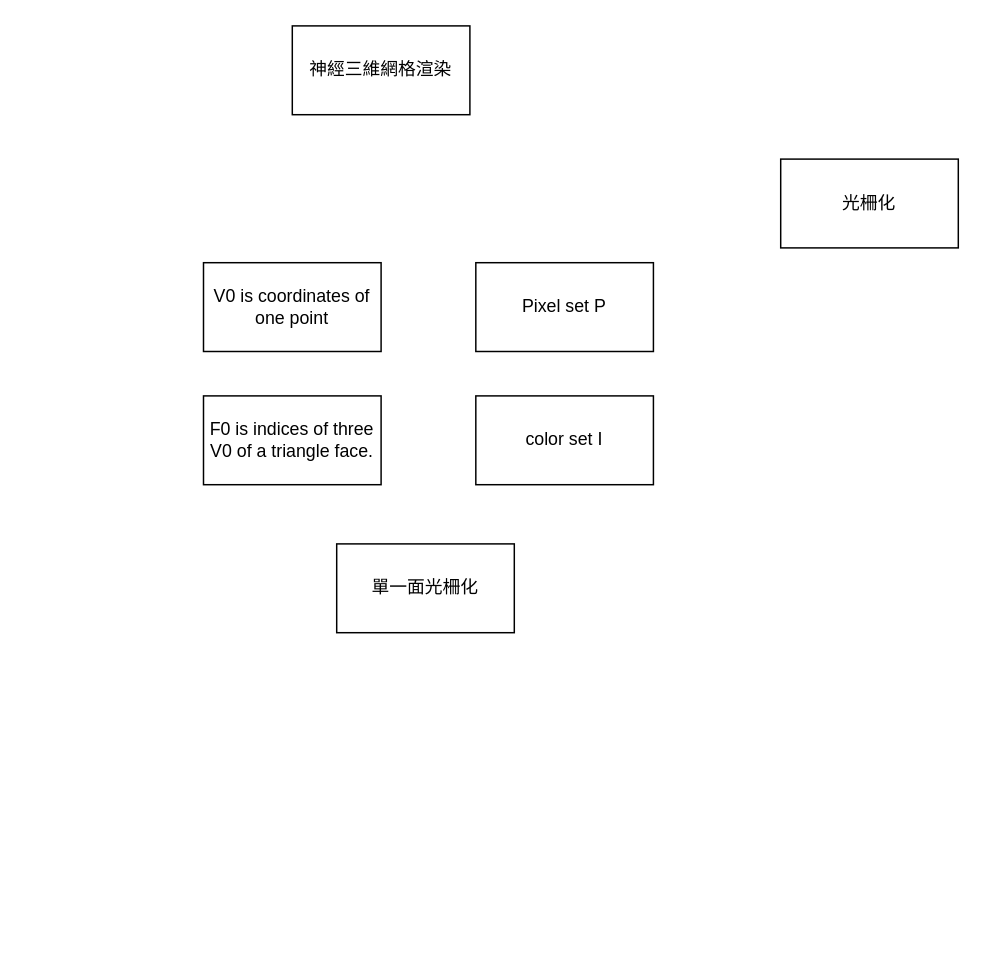
GPL1024/BigNews keeps this draw.io diagram as 3DNR.drawio. Above is the earlier version. Source tidied: cells renumbered, new cells numbered last; positions are measured from the earlier drawing's top-left corner, leaving out a move shared by most shapes. Both pictures are drawn from the tidied source at 148%, with x=0, y=0 at pixel (203, 25).
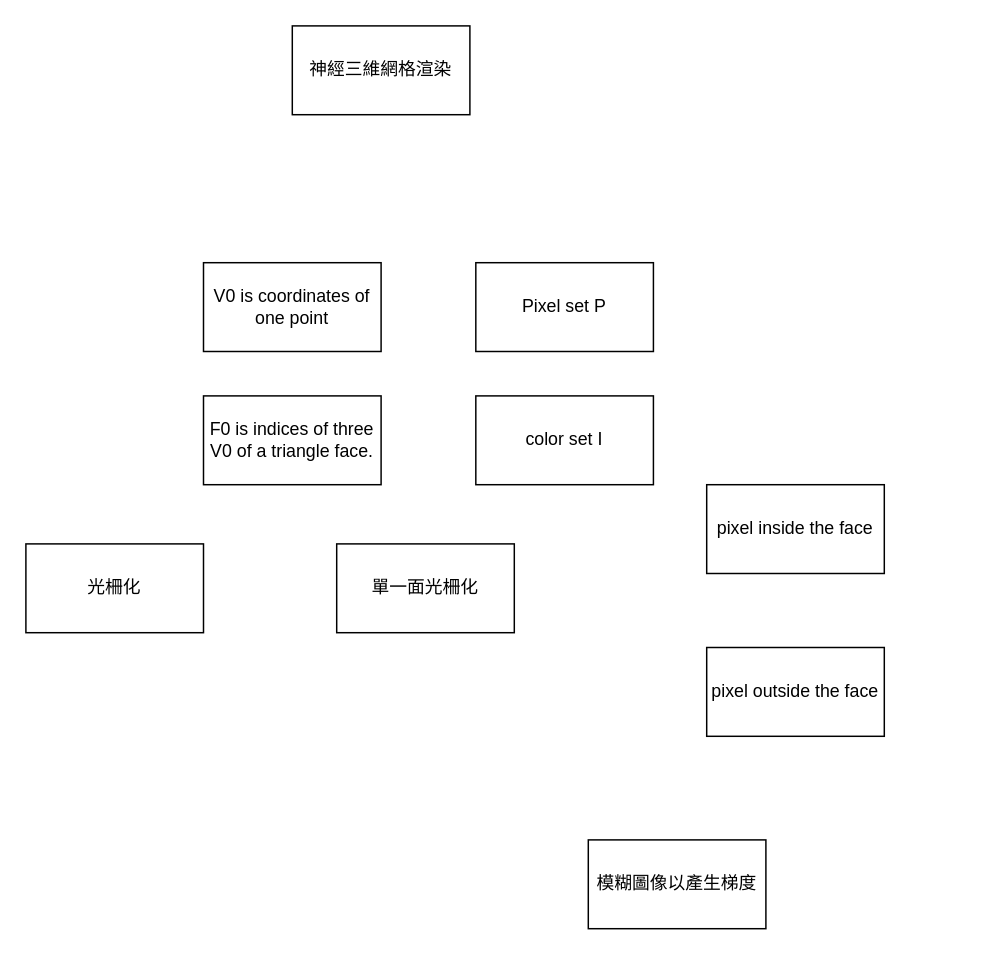
Above is the later version.

The edit, as a diff of the source:
```diff
@@
 <mxGraphModel>
   <root>
     <mxCell id="0" />
     <mxCell id="1" parent="0" />
     <mxCell id="2" value="光柵化" style="rounded=0;whiteSpace=wrap;html=1;" parent="1" vertex="1">
-      <mxGeometry x="390" y="90" width="120" height="60" as="geometry" />
+      <mxGeometry x="-120" y="350" width="120" height="60" as="geometry" />
     </mxCell>
     <mxCell id="3" value="神經三維網格渲染" style="rounded=0;whiteSpace=wrap;html=1;" parent="1" vertex="1">
       <mxGeometry x="60" width="120" height="60" as="geometry" />
     </mxCell>
     <mxCell id="4" value="V0 is coordinates of one point" style="rounded=0;whiteSpace=wrap;html=1;" parent="1" vertex="1">
       <mxGeometry y="160" width="120" height="60" as="geometry" />
     </mxCell>
     <mxCell id="5" value="F0 is indices of three V0 of a triangle face." style="rounded=0;whiteSpace=wrap;html=1;" parent="1" vertex="1">
       <mxGeometry y="250" width="120" height="60" as="geometry" />
     </mxCell>
     <mxCell id="6" value="Pixel set P" style="rounded=0;whiteSpace=wrap;html=1;" parent="1" vertex="1">
       <mxGeometry x="184" y="160" width="120" height="60" as="geometry" />
     </mxCell>
     <mxCell id="7" value="color set I" style="rounded=0;whiteSpace=wrap;html=1;" parent="1" vertex="1">
       <mxGeometry x="184" y="250" width="120" height="60" as="geometry" />
     </mxCell>
     <mxCell id="8" value="單一面光柵化" style="rounded=0;whiteSpace=wrap;html=1;" parent="1" vertex="1">
       <mxGeometry x="90" y="350" width="120" height="60" as="geometry" />
     </mxCell>
+    <mxCell id="9" value="pixel inside the face" style="rounded=0;whiteSpace=wrap;html=1;" parent="1" vertex="1">
+      <mxGeometry x="340" y="310" width="120" height="60" as="geometry" />
+    </mxCell>
+    <mxCell id="10" value="pixel outside the face" style="rounded=0;whiteSpace=wrap;html=1;" parent="1" vertex="1">
+      <mxGeometry x="340" y="420" width="120" height="60" as="geometry" />
+    </mxCell>
+    <mxCell id="11" value="模糊圖像以產生梯度" style="rounded=0;whiteSpace=wrap;html=1;" parent="1" vertex="1">
+      <mxGeometry x="260" y="550" width="120" height="60" as="geometry" />
+    </mxCell>
   </root>
 </mxGraphModel>
```
